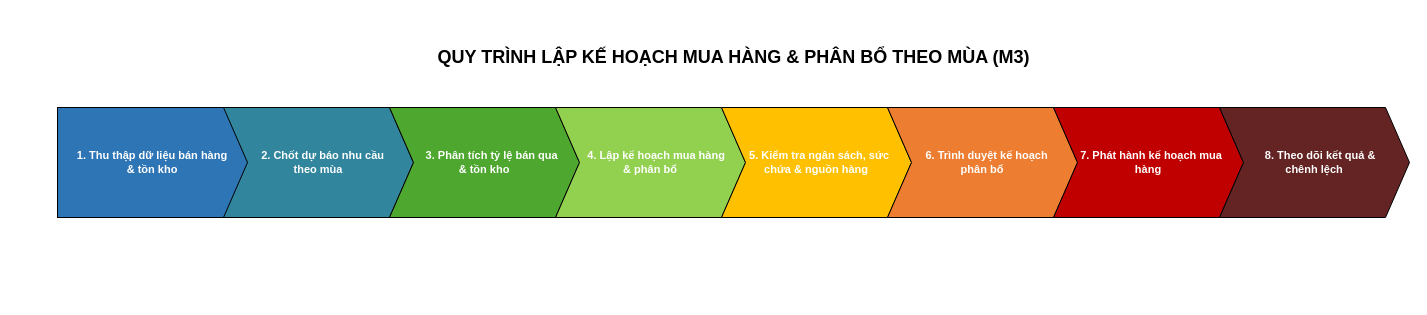
This is page "chevron-m3" (4 of 10) of docs/workspaces/NguyenCongHung/svg/bpmn.drawio from anthinh-io/bpm-acfc-vietnam-analysis, a draw.io file, before an edit. Source tidied: cells renumbered, new cells numbered last; positions are measured from the earlier drawing's top-left corner, leaving out a move shared by most shapes. Both pictures are drawn from the tidied source at 100%, with x=0, y=0 at pixel (57, 37).
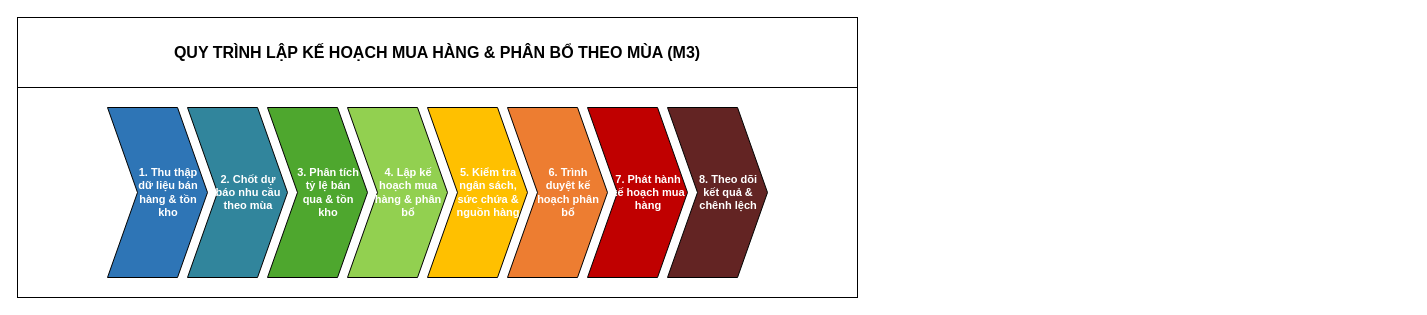
After the change.

The edit, as a diff of the source:
```diff
@@
 <mxGraphModel>
   <root>
     <mxCell id="0" />
     <mxCell id="1" parent="0" />
-    <mxCell id="2" value="QUY TRÌNH LẬP KẾ HOẠCH MUA HÀNG &amp; PHÂN BỔ THEO MÙA (M3)" style="text;html=1;align=center;verticalAlign=middle;fontSize=18;fontStyle=1;fontColor=#000000;" parent="1" vertex="1">
-      <mxGeometry width="1352" height="40" as="geometry" />
+    <mxCell id="2" value="QUY TRÌNH LẬP KẾ HOẠCH MUA HÀNG &amp; PHÂN BỔ THEO MÙA (M3)" style="rounded=0;whiteSpace=wrap;html=1;align=center;verticalAlign=middle;fontSize=16;fontStyle=1;fontColor=#000000;" parent="1" vertex="1">
+      <mxGeometry x="-40" y="-20" width="840" height="70" as="geometry" />
     </mxCell>
+    <mxCell id="11" style="rounded=0;whiteSpace=wrap;html=1;" parent="1" vertex="1">
+      <mxGeometry x="-40" y="50" width="840" height="210" as="geometry" />
+    </mxCell>
-    <mxCell id="3" value="1. Thu thập dữ liệu bán hàng &amp; tồn kho" style="rounded=0;whiteSpace=wrap;html=1;fillColor=#2E75B6;strokeColor=#000000;fontColor=#ffffff;fontSize=11;fontStyle=1;align=center;verticalAlign=middle;spacing=18;" parent="1" vertex="1">
-      <mxGeometry y="70" width="190" height="110" as="geometry" />
+    <mxCell id="3" value="1. Thu thập&lt;br&gt;dữ liệu bán&lt;br&gt;hàng &amp; tồn&lt;br&gt;kho" style="html=1;shadow=0;dashed=0;align=center;verticalAlign=middle;shape=mxgraph.arrows2.arrow;dy=0;dx=30;notch=30;whiteSpace=wrap;spacingLeft=22;fillColor=#2E75B6;strokeColor=#000000;fontColor=#ffffff;fontSize=11;fontStyle=1;" parent="1" vertex="1">
+      <mxGeometry x="50" y="70" width="100" height="170" as="geometry" />
     </mxCell>
-    <mxCell id="4" value="&amp;nbsp; &amp;nbsp;2. Chốt dự báo nhu cầu theo mùa" style="rounded=0;whiteSpace=wrap;html=1;shape=step;perimeter=stepPerimeter;fixedSize=1;size=24;fillColor=#31859C;strokeColor=#000000;fontColor=#ffffff;fontSize=11;fontStyle=1;align=center;verticalAlign=middle;spacing=18;" parent="1" vertex="1">
-      <mxGeometry x="166" y="70" width="190" height="110" as="geometry" />
+    <mxCell id="4" value="2. Chốt dự&lt;br&gt;báo nhu cầu&lt;br&gt;theo mùa" style="html=1;shadow=0;dashed=0;align=center;verticalAlign=middle;shape=mxgraph.arrows2.arrow;dy=0;dx=30;notch=30;whiteSpace=wrap;spacingLeft=22;fillColor=#31859C;strokeColor=#000000;fontColor=#ffffff;fontSize=11;fontStyle=1;" parent="1" vertex="1">
+      <mxGeometry x="130" y="70" width="100" height="170" as="geometry" />
     </mxCell>
-    <mxCell id="5" value="&amp;nbsp; &amp;nbsp; &amp;nbsp;3. Phân tích tỷ lệ bán qua &amp;amp; tồn kho" style="rounded=0;whiteSpace=wrap;html=1;shape=step;perimeter=stepPerimeter;fixedSize=1;size=24;fillColor=#4EA72E;strokeColor=#000000;fontColor=#ffffff;fontSize=11;fontStyle=1;align=center;verticalAlign=middle;spacing=18;" parent="1" vertex="1">
-      <mxGeometry x="332" y="70" width="190" height="110" as="geometry" />
+    <mxCell id="5" value="3. Phân tích&lt;br&gt;tỷ lệ bán&lt;br&gt;qua &amp; tồn&lt;br&gt;kho" style="html=1;shadow=0;dashed=0;align=center;verticalAlign=middle;shape=mxgraph.arrows2.arrow;dy=0;dx=30;notch=30;whiteSpace=wrap;spacingLeft=22;fillColor=#4EA72E;strokeColor=#000000;fontColor=#ffffff;fontSize=11;fontStyle=1;" parent="1" vertex="1">
+      <mxGeometry x="210" y="70" width="100" height="170" as="geometry" />
     </mxCell>
-    <mxCell id="6" value="&amp;nbsp; &amp;nbsp; 4. Lập kế hoạch mua hàng &amp;amp; phân bổ" style="rounded=0;whiteSpace=wrap;html=1;shape=step;perimeter=stepPerimeter;fixedSize=1;size=24;fillColor=#92D050;strokeColor=#000000;fontColor=#ffffff;fontSize=11;fontStyle=1;align=center;verticalAlign=middle;spacing=18;" parent="1" vertex="1">
-      <mxGeometry x="498" y="70" width="190" height="110" as="geometry" />
+    <mxCell id="6" value="4. Lập kế&lt;br&gt;hoạch mua&lt;br&gt;hàng &amp; phân&lt;br&gt;bổ" style="html=1;shadow=0;dashed=0;align=center;verticalAlign=middle;shape=mxgraph.arrows2.arrow;dy=0;dx=30;notch=30;whiteSpace=wrap;spacingLeft=22;fillColor=#92D050;strokeColor=#000000;fontColor=#ffffff;fontSize=11;fontStyle=1;" parent="1" vertex="1">
+      <mxGeometry x="290" y="70" width="100" height="170" as="geometry" />
     </mxCell>
-    <mxCell id="7" value="&amp;nbsp; 5. Kiểm tra ngân sách, sức chứa &amp;amp; nguồn hàng" style="rounded=0;whiteSpace=wrap;html=1;shape=step;perimeter=stepPerimeter;fixedSize=1;size=24;fillColor=#FFC000;strokeColor=#000000;fontColor=#ffffff;fontSize=11;fontStyle=1;align=center;verticalAlign=middle;spacing=18;" parent="1" vertex="1">
-      <mxGeometry x="664" y="70" width="190" height="110" as="geometry" />
+    <mxCell id="7" value="5. Kiểm tra&lt;br&gt;ngân sách,&lt;br&gt;sức chứa &amp;&lt;br&gt;nguồn hàng" style="html=1;shadow=0;dashed=0;align=center;verticalAlign=middle;shape=mxgraph.arrows2.arrow;dy=0;dx=30;notch=30;whiteSpace=wrap;spacingLeft=22;fillColor=#FFC000;strokeColor=#000000;fontColor=#ffffff;fontSize=11;fontStyle=1;" parent="1" vertex="1">
+      <mxGeometry x="370" y="70" width="100" height="170" as="geometry" />
     </mxCell>
-    <mxCell id="8" value="&amp;nbsp; &amp;nbsp;6. Trình duyệt kế hoạch phân bổ" style="rounded=0;whiteSpace=wrap;html=1;shape=step;perimeter=stepPerimeter;fixedSize=1;size=24;fillColor=#ED7D31;strokeColor=#000000;fontColor=#ffffff;fontSize=11;fontStyle=1;align=center;verticalAlign=middle;spacing=18;" parent="1" vertex="1">
-      <mxGeometry x="830" y="70" width="190" height="110" as="geometry" />
+    <mxCell id="8" value="6. Trình&lt;br&gt;duyệt kế&lt;br&gt;hoạch phân&lt;br&gt;bổ" style="html=1;shadow=0;dashed=0;align=center;verticalAlign=middle;shape=mxgraph.arrows2.arrow;dy=0;dx=30;notch=30;whiteSpace=wrap;spacingLeft=22;fillColor=#ED7D31;strokeColor=#000000;fontColor=#ffffff;fontSize=11;fontStyle=1;" parent="1" vertex="1">
+      <mxGeometry x="450" y="70" width="100" height="170" as="geometry" />
     </mxCell>
-    <mxCell id="9" value="&amp;nbsp; 7. Phát hành kế hoạch mua hàng" style="rounded=0;whiteSpace=wrap;html=1;shape=step;perimeter=stepPerimeter;fixedSize=1;size=24;fillColor=#C00000;strokeColor=#000000;fontColor=#ffffff;fontSize=11;fontStyle=1;align=center;verticalAlign=middle;spacing=18;" parent="1" vertex="1">
-      <mxGeometry x="996" y="70" width="190" height="110" as="geometry" />
+    <mxCell id="9" value="7. Phát hành&lt;br&gt;kế hoạch mua&lt;br&gt;hàng" style="html=1;shadow=0;dashed=0;align=center;verticalAlign=middle;shape=mxgraph.arrows2.arrow;dy=0;dx=30;notch=30;whiteSpace=wrap;spacingLeft=22;fillColor=#C00000;strokeColor=#000000;fontColor=#ffffff;fontSize=11;fontStyle=1;" parent="1" vertex="1">
+      <mxGeometry x="530" y="70" width="100" height="170" as="geometry" />
     </mxCell>
-    <mxCell id="10" value="&amp;nbsp; &amp;nbsp; 8. Theo dõi kết quả &amp;amp; chênh lệch" style="rounded=0;whiteSpace=wrap;html=1;shape=step;perimeter=stepPerimeter;fixedSize=1;size=24;fillColor=#632423;strokeColor=#000000;fontColor=#ffffff;fontSize=11;fontStyle=1;align=center;verticalAlign=middle;spacing=18;" parent="1" vertex="1">
-      <mxGeometry x="1162" y="70" width="190" height="110" as="geometry" />
+    <mxCell id="10" value="8. Theo dõi&lt;br&gt;kết quả &amp;&lt;br&gt;chênh lệch" style="html=1;shadow=0;dashed=0;align=center;verticalAlign=middle;shape=mxgraph.arrows2.arrow;dy=0;dx=30;notch=30;whiteSpace=wrap;spacingLeft=22;fillColor=#632423;strokeColor=#000000;fontColor=#ffffff;fontSize=11;fontStyle=1;" parent="1" vertex="1">
+      <mxGeometry x="610" y="70" width="100" height="170" as="geometry" />
     </mxCell>
   </root>
 </mxGraphModel>
```
